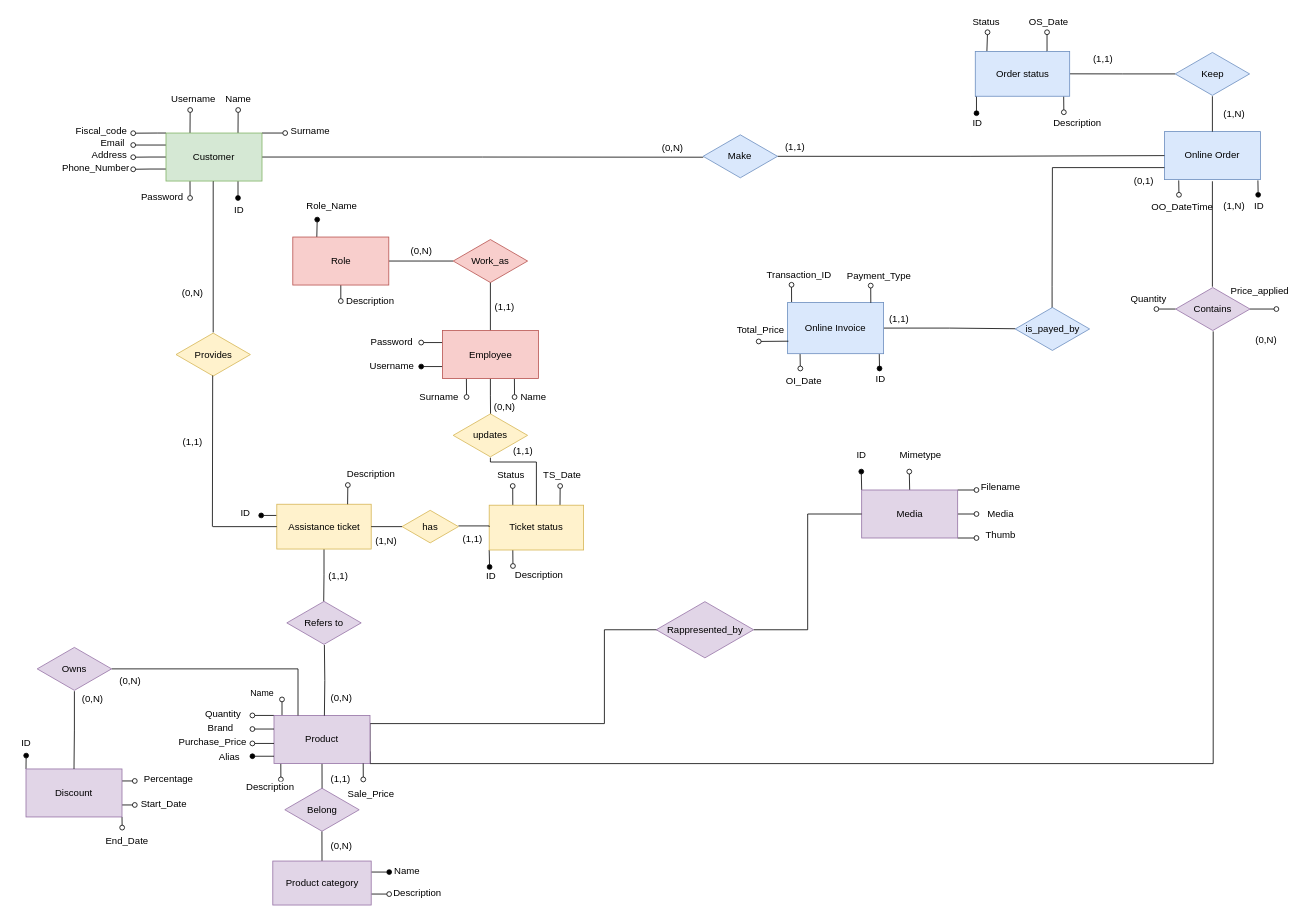
This is Homework1/Schemas/ER_modified.drawio from simonebastasin/Web-Applications-Project, a draw.io file, before an edit. Source tidied: cells renumbered, new cells numbered last; positions are measured from the earlier drawing's top-left corner, leaving out a move shared by most shapes. Both pictures are drawn from the tidied source at 80%, with x=0, y=0 at pixel (14, 14).
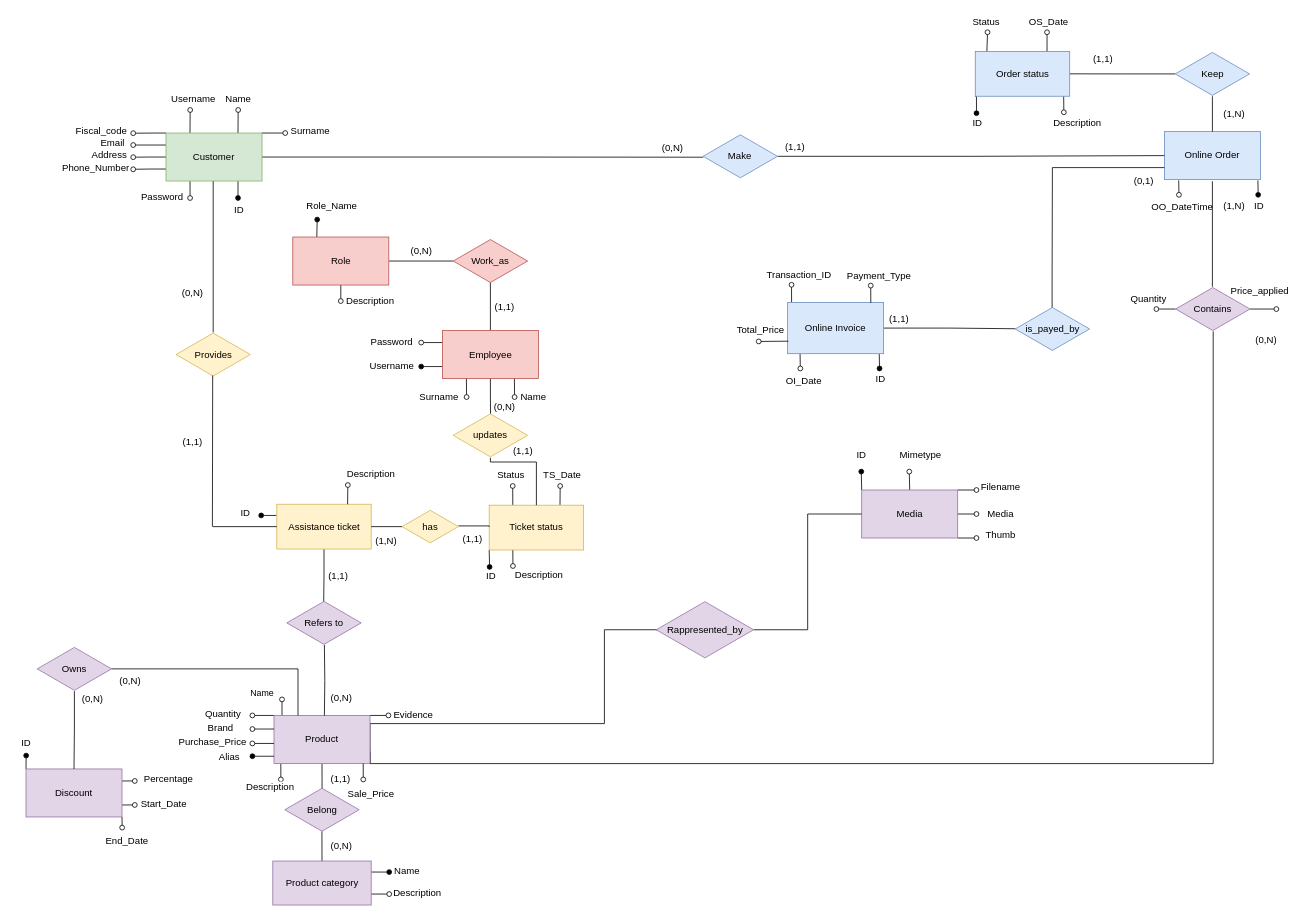
After the change.

Unchanged cells that the change refers to:
```xml
<mxCell id="28" value="Product" style="rounded=0;whiteSpace=wrap;html=1;strokeColor=#9673a6;fillColor=#e1d5e7;labelBackgroundColor=none;" parent="1" vertex="1">
  <mxGeometry x="325" y="876.8" width="120" height="60" as="geometry" />
</mxCell>
```

What changed in the source:
```diff
@@
+    <mxCell id="177" style="edgeStyle=orthogonalEdgeStyle;rounded=0;jettySize=auto;html=1;exitX=1;exitY=0;exitDx=0;exitDy=0;endArrow=oval;endFill=0;" parent="1" edge="1" source="28">
+      <mxGeometry relative="1" as="geometry">
+        <mxPoint x="468" y="877" as="targetPoint" />
+      </mxGeometry>
+    </mxCell>
@@
+    <mxCell id="178" value="Evidence" style="text;html=1;align=center;verticalAlign=middle;strokeColor=none;fillColor=none;" parent="1" vertex="1">
+      <mxGeometry x="469" y="866.5" width="60" height="20" as="geometry" />
+    </mxCell>
```
